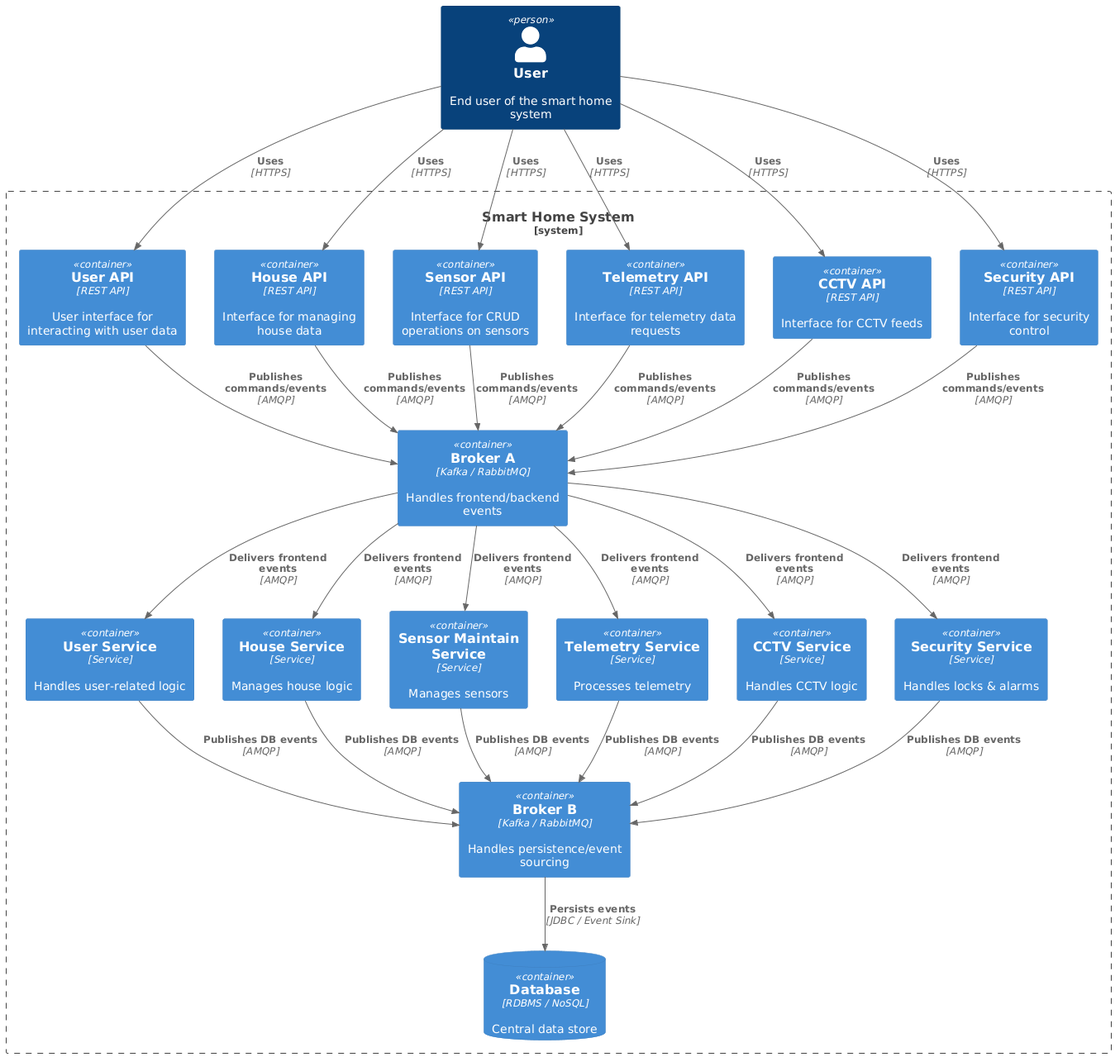
Before: apps/schemas/warmhouse_schema.png, a diagram exported from PlantUML (ZhurkinAngular/Warmhouse).
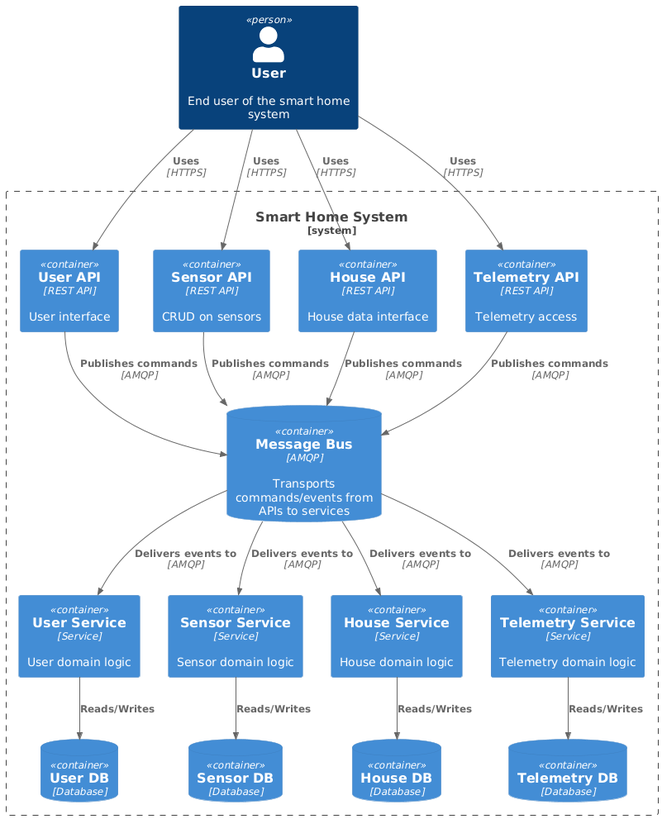
The same diagram one commit later.

What changed in the source:
```diff
@@ -3,55 +3,43 @@
 
 Person(user, "User", "End user of the smart home system")
 
-System_Boundary(smartHomeSystem, "Smart Home System") {
+System_Boundary(system, "Smart Home System") {
 
-    Container(userApi, "User API", "REST API", "User interface for interacting with user data")
-    Container(houseApi, "House API", "REST API", "Interface for managing house data")
-    Container(sensorApi, "Sensor API", "REST API", "Interface for CRUD operations on sensors")
-    Container(telemetryApi, "Telemetry API", "REST API", "Interface for telemetry data requests")
-    Container(cctvApi, "CCTV API", "REST API", "Interface for CCTV feeds")
-    Container(securityApi, "Security API", "REST API", "Interface for security control")
+    Container(userApi, "User API", "REST API", "User interface")
+    Container(sensorApi, "Sensor API", "REST API", "CRUD on sensors")
+    Container(houseApi, "House API", "REST API", "House data interface")
+    Container(telemetryApi, "Telemetry API", "REST API", "Telemetry access")
 
-    Container(userService, "User Service", "Service", "Handles user-related logic")
-    Container(houseService, "House Service", "Service", "Manages house logic")
-    Container(sensorService, "Sensor Maintain Service", "Service", "Manages sensors")
-    Container(telemetryService, "Telemetry Service", "Service", "Processes telemetry")
-    Container(cctvService, "CCTV Service", "Service", "Handles CCTV logic")
-    Container(securityService, "Security Service", "Service", "Handles locks & alarms")
+    ContainerDb(bus, "Message Bus", "AMQP", "Transports commands/events from APIs to services")
 
-    Container(brokerUser, "Broker A", "Kafka / RabbitMQ", "Handles frontend/backend events")
-    Container(brokerDb, "Broker B", "Kafka / RabbitMQ", "Handles persistence/event sourcing")
+    Container(userService, "User Service", "Service", "User domain logic")
+    Container(sensorService, "Sensor Service", "Service", "Sensor domain logic")
+    Container(houseService, "House Service", "Service", "House domain logic")
+    Container(telemetryService, "Telemetry Service", "Service", "Telemetry domain logic")
 
-    ContainerDb(database, "Database", "RDBMS / NoSQL", "Central data store")
+    ContainerDb(userDb, "User DB", "Database", "")
+    ContainerDb(sensorDb, "Sensor DB", "Database", "")
+    ContainerDb(houseDb, "House DB", "Database", "")
+    ContainerDb(telemetryDb, "Telemetry DB", "Database", "")
 }
 
 Rel(user, userApi, "Uses", "HTTPS")
+Rel(user, sensorApi, "Uses", "HTTPS")
 Rel(user, houseApi, "Uses", "HTTPS")
-Rel(user, sensorApi, "Uses", "HTTPS")
 Rel(user, telemetryApi, "Uses", "HTTPS")
-Rel(user, cctvApi, "Uses", "HTTPS")
-Rel(user, securityApi, "Uses", "HTTPS")
 
-Rel(userApi, brokerUser, "Publishes commands/events", "AMQP")
-Rel(houseApi, brokerUser, "Publishes commands/events", "AMQP")
-Rel(sensorApi, brokerUser, "Publishes commands/events", "AMQP")
-Rel(telemetryApi, brokerUser, "Publishes commands/events", "AMQP")
-Rel(cctvApi, brokerUser, "Publishes commands/events", "AMQP")
-Rel(securityApi, brokerUser, "Publishes commands/events", "AMQP")
+Rel(userApi, bus, "Publishes commands", "AMQP")
+Rel(sensorApi, bus, "Publishes commands", "AMQP")
+Rel(houseApi, bus, "Publishes commands", "AMQP")
+Rel(telemetryApi, bus, "Publishes commands", "AMQP")
 
-Rel(brokerUser, userService, "Delivers frontend events", "AMQP")
-Rel(brokerUser, houseService, "Delivers frontend events", "AMQP")
-Rel(brokerUser, sensorService, "Delivers frontend events", "AMQP")
-Rel(brokerUser, telemetryService, "Delivers frontend events", "AMQP")
-Rel(brokerUser, cctvService, "Delivers frontend events", "AMQP")
-Rel(brokerUser, securityService, "Delivers frontend events", "AMQP")
+Rel(bus, userService, "Delivers events to", "AMQP")
+Rel(bus, sensorService, "Delivers events to", "AMQP")
+Rel(bus, houseService, "Delivers events to", "AMQP")
+Rel(bus, telemetryService, "Delivers events to", "AMQP")
 
-Rel(userService, brokerDb, "Publishes DB events", "AMQP")
-Rel(houseService, brokerDb, "Publishes DB events", "AMQP")
-Rel(sensorService, brokerDb, "Publishes DB events", "AMQP")
-Rel(telemetryService, brokerDb, "Publishes DB events", "AMQP")
-Rel(cctvService, brokerDb, "Publishes DB events", "AMQP")
-Rel(securityService, brokerDb, "Publishes DB events", "AMQP")
-
-Rel(brokerDb, database, "Persists events", "JDBC / Event Sink")
+Rel(userService, userDb, "Reads/Writes")
+Rel(sensorService, sensorDb, "Reads/Writes")
+Rel(houseService, houseDb, "Reads/Writes")
+Rel(telemetryService, telemetryDb, "Reads/Writes")
 @enduml
```
